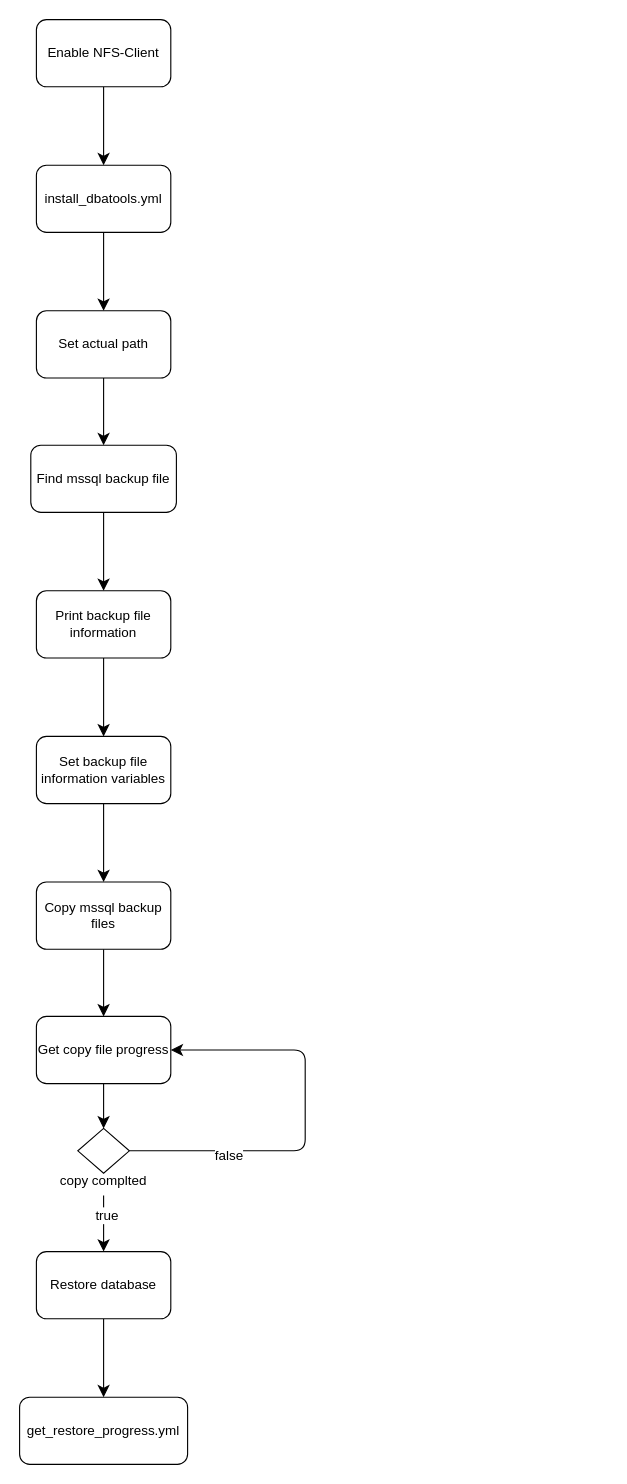
khinhvuphiduong/diagrams.net keeps this draw.io diagram as Ansible-Restore-MSSQL-Database.drawio. Above is the earlier version. Source tidied: cells renumbered, new cells numbered last; positions are measured from the earlier drawing's top-left corner, leaving out a move shared by most shapes. Both pictures are drawn from the tidied source at 112%, with x=0, y=0 at pixel (19, 19).
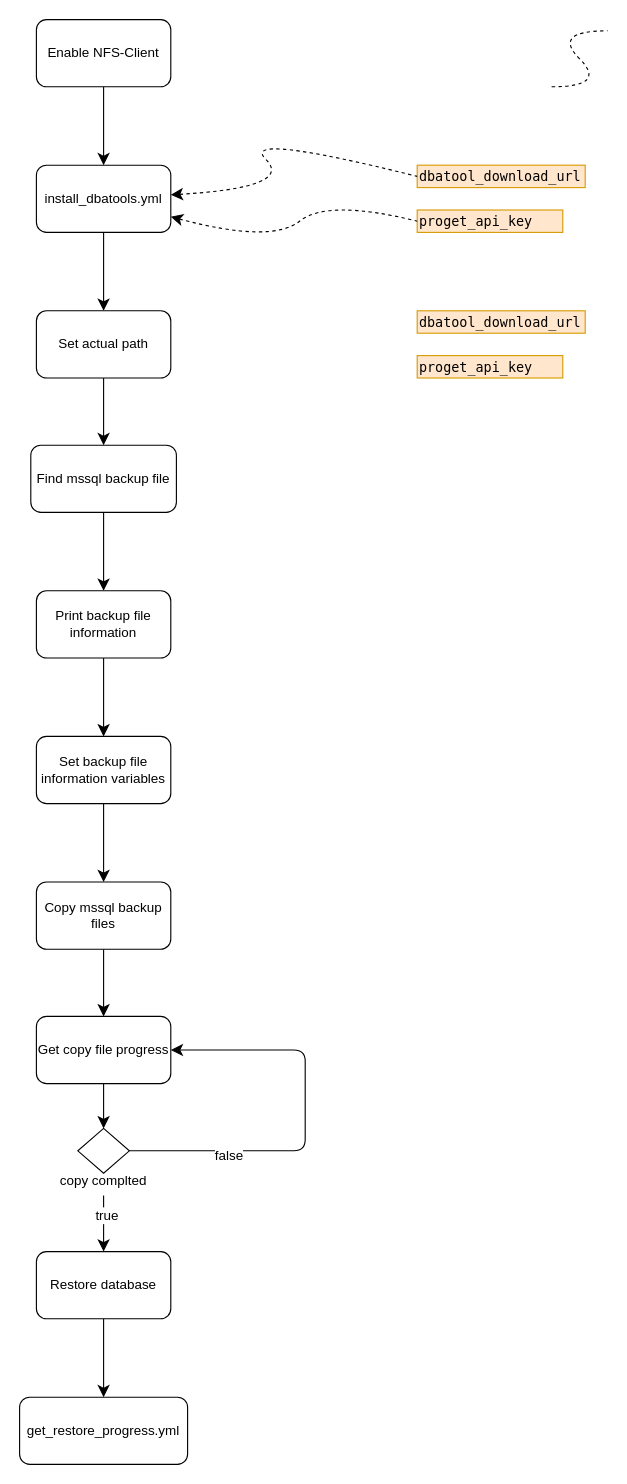
The same page after the edit.

The change refers to these unchanged cells:
```xml
<mxCell id="17" value="install_dbatools.yml" style="rounded=1;whiteSpace=wrap;html=1;" parent="1" vertex="1">
  <mxGeometry x="15" y="130" width="120" height="60" as="geometry" />
</mxCell>
```

Diff of the diagram source:
```diff
@@
+    <mxCell id="27" value="&lt;div style=&quot;font-family: Menlo, Monaco, &amp;quot;Courier New&amp;quot;, monospace; font-weight: normal; font-size: 12px; line-height: 18px; white-space: pre;&quot;&gt;&lt;div&gt;&lt;span style=&quot;&quot;&gt;dbatool_download_url&lt;/span&gt;&lt;/div&gt;&lt;/div&gt;" style="text;whiteSpace=wrap;html=1;verticalAlign=middle;labelBackgroundColor=none;fillColor=#ffe6cc;strokeColor=#d79b00;" parent="1" vertex="1">
+      <mxGeometry x="355" y="130" width="150" height="20" as="geometry" />
+    </mxCell>
+    <mxCell id="28" value="&lt;div style=&quot;font-family: Menlo, Monaco, &amp;quot;Courier New&amp;quot;, monospace; font-weight: normal; font-size: 12px; line-height: 18px; white-space: pre;&quot;&gt;&lt;div&gt;&lt;span style=&quot;&quot;&gt;proget_api_key&lt;/span&gt;&lt;/div&gt;&lt;/div&gt;" style="text;whiteSpace=wrap;html=1;verticalAlign=middle;labelBackgroundColor=none;fillColor=#ffe6cc;strokeColor=#d79b00;" parent="1" vertex="1">
+      <mxGeometry x="355" y="170" width="130" height="20" as="geometry" />
+    </mxCell>
+    <mxCell id="29" style="curved=1;endArrow=none;html=1;rounded=0;fontSize=12;startSize=8;endSize=8;endFill=0;dashed=1;" parent="1" edge="1">
+      <mxGeometry relative="1" as="geometry">
+        <mxPoint x="475" y="60" as="sourcePoint" />
+        <mxPoint x="525" y="10" as="targetPoint" />
+        <Array as="points">
+          <mxPoint x="525" y="60" />
+          <mxPoint x="475" y="10" />
+        </Array>
+      </mxGeometry>
+    </mxCell>
+    <mxCell id="30" style="curved=1;endArrow=none;html=1;rounded=0;fontSize=12;startSize=8;endSize=8;endFill=0;dashed=1;entryX=0;entryY=0.5;entryDx=0;entryDy=0;startArrow=classic;startFill=1;" parent="1" edge="1" source="17" target="27">
+      <mxGeometry relative="1" as="geometry">
+        <Array as="points">
+          <mxPoint x="245" y="150" />
+          <mxPoint x="195" y="100" />
+        </Array>
+      </mxGeometry>
+    </mxCell>
+    <mxCell id="31" style="curved=1;endArrow=none;html=1;rounded=0;fontSize=12;startSize=8;endSize=8;endFill=0;dashed=1;entryX=0;entryY=0.5;entryDx=0;entryDy=0;startArrow=classic;startFill=1;" parent="1" edge="1" source="17" target="28">
+      <mxGeometry relative="1" as="geometry">
+        <Array as="points">
+          <mxPoint x="225" y="200" />
+          <mxPoint x="275" y="160" />
+        </Array>
+      </mxGeometry>
+    </mxCell>
+    <mxCell id="32" value="&lt;div style=&quot;font-family: Menlo, Monaco, &amp;quot;Courier New&amp;quot;, monospace; font-weight: normal; font-size: 12px; line-height: 18px; white-space: pre;&quot;&gt;&lt;div&gt;&lt;span style=&quot;&quot;&gt;dbatool_download_url&lt;/span&gt;&lt;/div&gt;&lt;/div&gt;" style="text;whiteSpace=wrap;html=1;verticalAlign=middle;labelBackgroundColor=none;fillColor=#ffe6cc;strokeColor=#d79b00;" parent="1" vertex="1">
+      <mxGeometry x="355" y="260" width="150" height="20" as="geometry" />
+    </mxCell>
+    <mxCell id="33" value="&lt;div style=&quot;font-family: Menlo, Monaco, &amp;quot;Courier New&amp;quot;, monospace; font-weight: normal; font-size: 12px; line-height: 18px; white-space: pre;&quot;&gt;&lt;div&gt;&lt;span style=&quot;&quot;&gt;proget_api_key&lt;/span&gt;&lt;/div&gt;&lt;/div&gt;" style="text;whiteSpace=wrap;html=1;verticalAlign=middle;labelBackgroundColor=none;fillColor=#ffe6cc;strokeColor=#d79b00;" parent="1" vertex="1">
+      <mxGeometry x="355" y="300" width="130" height="20" as="geometry" />
+    </mxCell>
```
